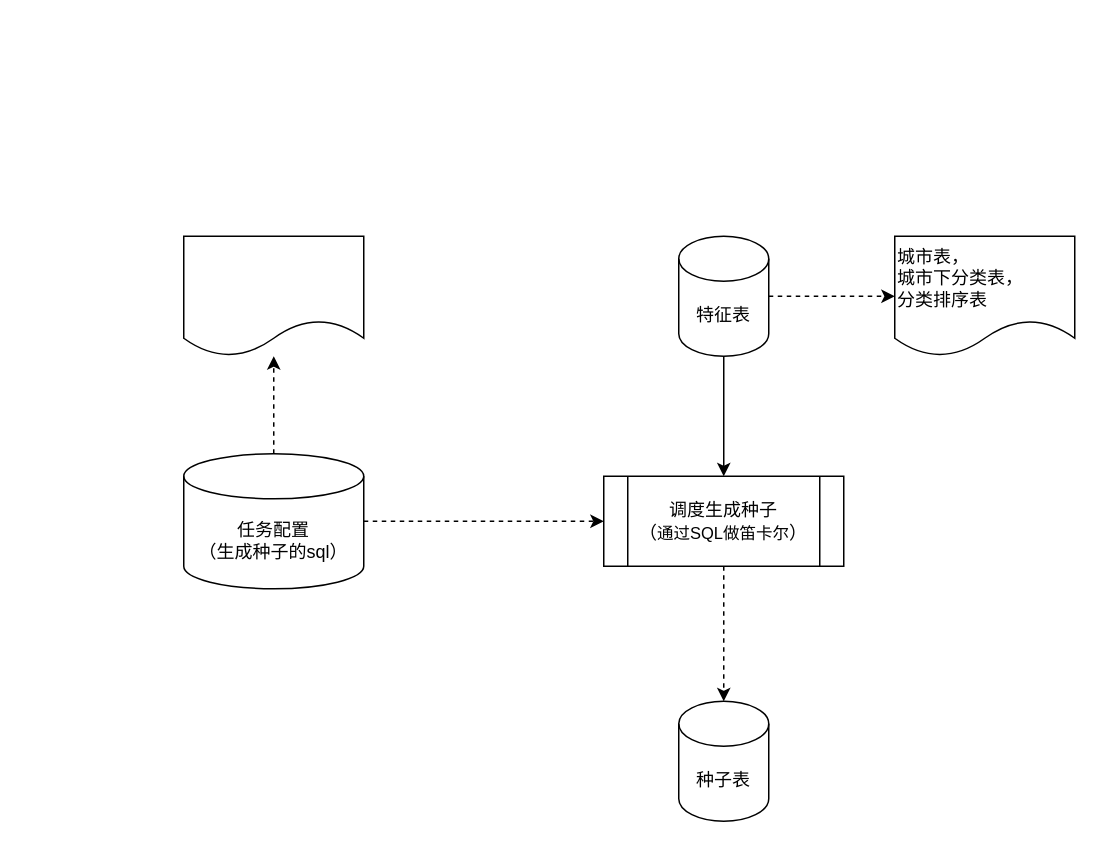
Above: page "Page-4" (4 of 6) of Untitled Diagram.drawio in xiaohutushen30/xiaohutushen30-draw (draw.io), before the change. Source tidied: cells renumbered, new cells numbered last; positions are measured from the earlier drawing's top-left corner, leaving out a move shared by most shapes. Both pictures are drawn from the tidied source at 150%, with x=0, y=0 at pixel (183, 236).
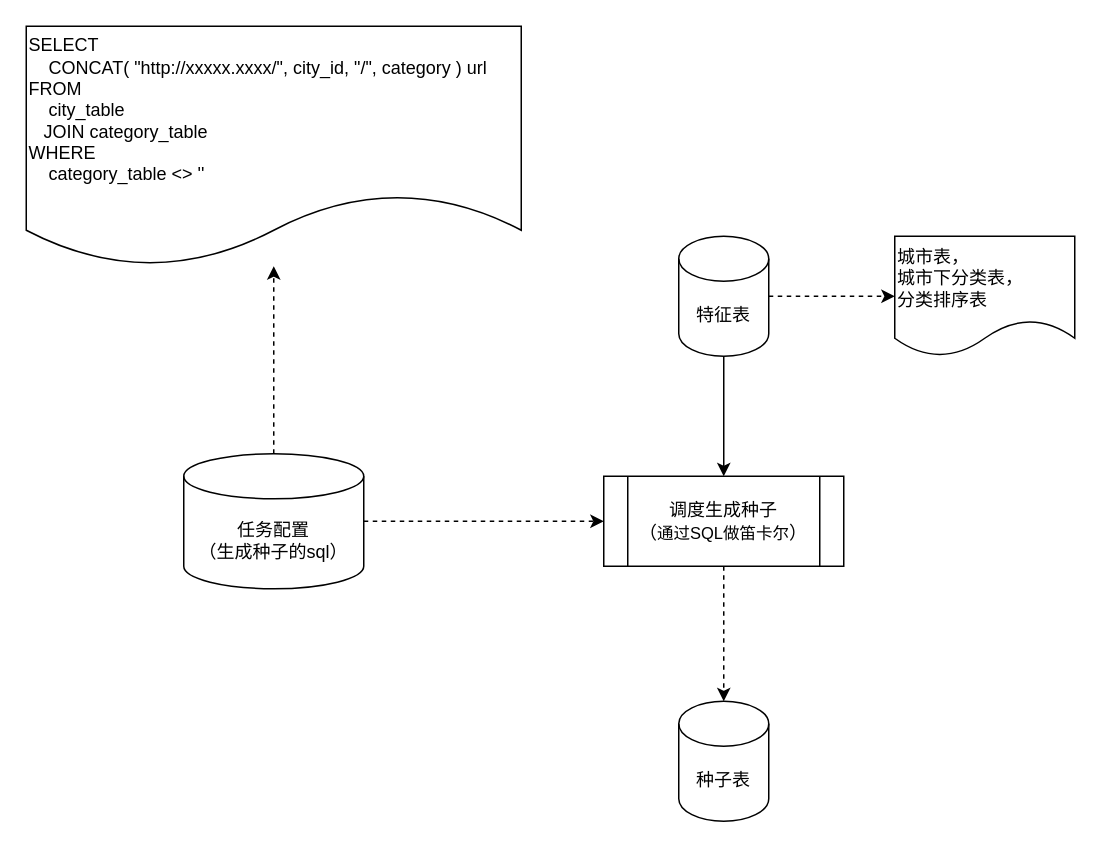
After the change.

Change to the diagram source:
```diff
@@
 <mxGraphModel>
   <root>
     <mxCell id="0" />
     <mxCell id="1" parent="0" />
     <mxCell id="2" style="edgeStyle=orthogonalEdgeStyle;rounded=0;jettySize=auto;html=1;" parent="1" edge="1" source="4" target="6">
       <mxGeometry relative="1" as="geometry" />
     </mxCell>
     <mxCell id="3" style="edgeStyle=orthogonalEdgeStyle;rounded=0;jettySize=auto;html=1;exitX=1;exitY=0.5;exitDx=0;exitDy=0;exitPerimeter=0;entryX=0;entryY=0.5;entryDx=0;entryDy=0;dashed=1;" parent="1" edge="1" source="4" target="8">
       <mxGeometry relative="1" as="geometry" />
     </mxCell>
     <mxCell id="4" value="特征表" style="shape=cylinder3;whiteSpace=wrap;html=1;boundedLbl=1;backgroundOutline=1;size=15;" parent="1" vertex="1">
       <mxGeometry x="330" width="60" height="80" as="geometry" />
     </mxCell>
     <mxCell id="5" style="edgeStyle=orthogonalEdgeStyle;rounded=0;jettySize=auto;html=1;exitX=0.5;exitY=1;exitDx=0;exitDy=0;entryX=0.5;entryY=0;entryDx=0;entryDy=0;entryPerimeter=0;dashed=1;" parent="1" edge="1" source="6" target="7">
       <mxGeometry relative="1" as="geometry" />
     </mxCell>
     <mxCell id="6" value="调度生成种子&lt;br&gt;（&lt;span style=&quot;font-size: 11px ; background-color: rgb(255 , 255 , 255)&quot;&gt;通过SQL做笛卡尔&lt;/span&gt;）" style="shape=process;whiteSpace=wrap;html=1;backgroundOutline=1;" parent="1" vertex="1">
       <mxGeometry x="280" y="160" width="160" height="60" as="geometry" />
     </mxCell>
     <mxCell id="7" value="种子表" style="shape=cylinder3;whiteSpace=wrap;html=1;boundedLbl=1;backgroundOutline=1;size=15;" parent="1" vertex="1">
       <mxGeometry x="330" y="310" width="60" height="80" as="geometry" />
     </mxCell>
     <mxCell id="8" value="城市表，&lt;br&gt;城市下分类表，&lt;br&gt;分类排序表" style="shape=document;whiteSpace=wrap;html=1;boundedLbl=1;align=left;" parent="1" vertex="1">
       <mxGeometry x="474" width="120" height="80" as="geometry" />
     </mxCell>
     <mxCell id="9" style="edgeStyle=orthogonalEdgeStyle;rounded=0;jettySize=auto;html=1;exitX=1;exitY=0.5;exitDx=0;exitDy=0;exitPerimeter=0;entryX=0;entryY=0.5;entryDx=0;entryDy=0;dashed=1;" parent="1" edge="1" source="11" target="6">
       <mxGeometry relative="1" as="geometry" />
     </mxCell>
     <mxCell id="10" style="edgeStyle=orthogonalEdgeStyle;rounded=0;jettySize=auto;html=1;dashed=1;" parent="1" edge="1" source="11" target="12">
       <mxGeometry relative="1" as="geometry" />
     </mxCell>
     <mxCell id="11" value="任务配置&lt;br&gt;（生成种子的sql）" style="shape=cylinder3;whiteSpace=wrap;html=1;boundedLbl=1;backgroundOutline=1;size=15;" parent="1" vertex="1">
       <mxGeometry y="145" width="120" height="90" as="geometry" />
     </mxCell>
-    <mxCell id="12" style="shape=document;whiteSpace=wrap;html=1;boundedLbl=1;" parent="1" vertex="1">
-      <mxGeometry width="120" height="80" as="geometry" />
+    <mxCell id="12" value="&lt;div&gt;SELECT&lt;/div&gt;&lt;div&gt;&lt;span&gt;&lt;/span&gt;&amp;nbsp; &amp;nbsp; CONCAT( &quot;http://xxxxx.xxxx/&quot;, city_id, &quot;/&quot;, category ) url&amp;nbsp;&lt;/div&gt;&lt;div&gt;FROM&lt;/div&gt;&lt;div&gt;&lt;span&gt;&lt;/span&gt;&amp;nbsp; &amp;nbsp; city_table&lt;/div&gt;&lt;div&gt;&lt;span&gt;&lt;/span&gt;&amp;nbsp; &amp;nbsp;JOIN category_table&amp;nbsp;&lt;/div&gt;&lt;div&gt;WHERE&lt;/div&gt;&lt;div&gt;&lt;span&gt;&lt;/span&gt;&amp;nbsp; &amp;nbsp; category_table &amp;lt;&amp;gt; ''&lt;/div&gt;" style="shape=document;whiteSpace=wrap;html=1;boundedLbl=1;align=left;" parent="1" vertex="1">
+      <mxGeometry x="-105" y="-140" width="330" height="160" as="geometry" />
     </mxCell>
   </root>
 </mxGraphModel>
```
